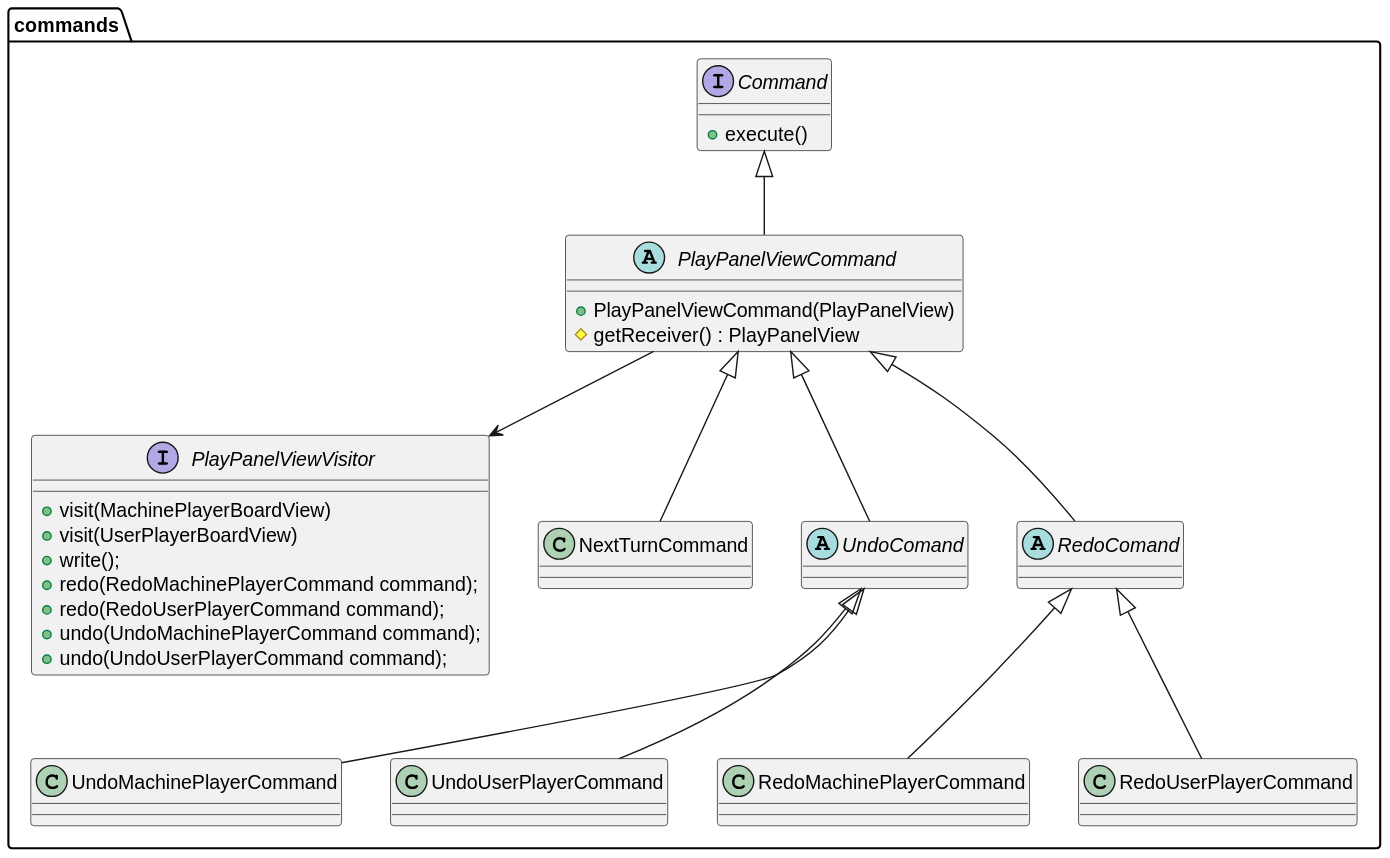
Earlier version of the PlantUML export out/connect4/Docs/diagrams/src/packages/connect4.connect4.views.graphics.play.commands/connect4.connect4.views.graphics.commands.svg (js-rom/connect4). The source it was exported from:
```plantuml
@startuml
interface commands.PlayPanelViewVisitor {
    +visit(MachinePlayerBoardView)
    +visit(UserPlayerBoardView)
    +write();
    +redo(RedoMachinePlayerCommand command);
    +redo(RedoUserPlayerCommand command);
    +undo(UndoMachinePlayerCommand command);
    +undo(UndoUserPlayerCommand command);
}

interface commands.Command {
    +execute()
}
abstract class commands.PlayPanelViewCommand {
    +PlayPanelViewCommand(PlayPanelView)
    #getReceiver() : PlayPanelView
}

class commands.NextTurnCommand
abstract class commands.UndoComand
abstract class commands.RedoComand
class commands.RedoMachinePlayerCommand {}
class commands.UndoMachinePlayerCommand {}
class commands.RedoUserPlayerCommand {}
class commands.UndoUserPlayerCommand {}

PlayPanelViewCommand --> PlayPanelViewVisitor
Command <|-- PlayPanelViewCommand
PlayPanelViewCommand <|-- NextTurnCommand
PlayPanelViewCommand <|-- UndoComand
PlayPanelViewCommand <|-- RedoComand
UndoComand <|-- UndoMachinePlayerCommand
UndoComand <|-- UndoUserPlayerCommand
RedoComand <|-- RedoMachinePlayerCommand
RedoComand <|-- RedoUserPlayerCommand
@enduml
```
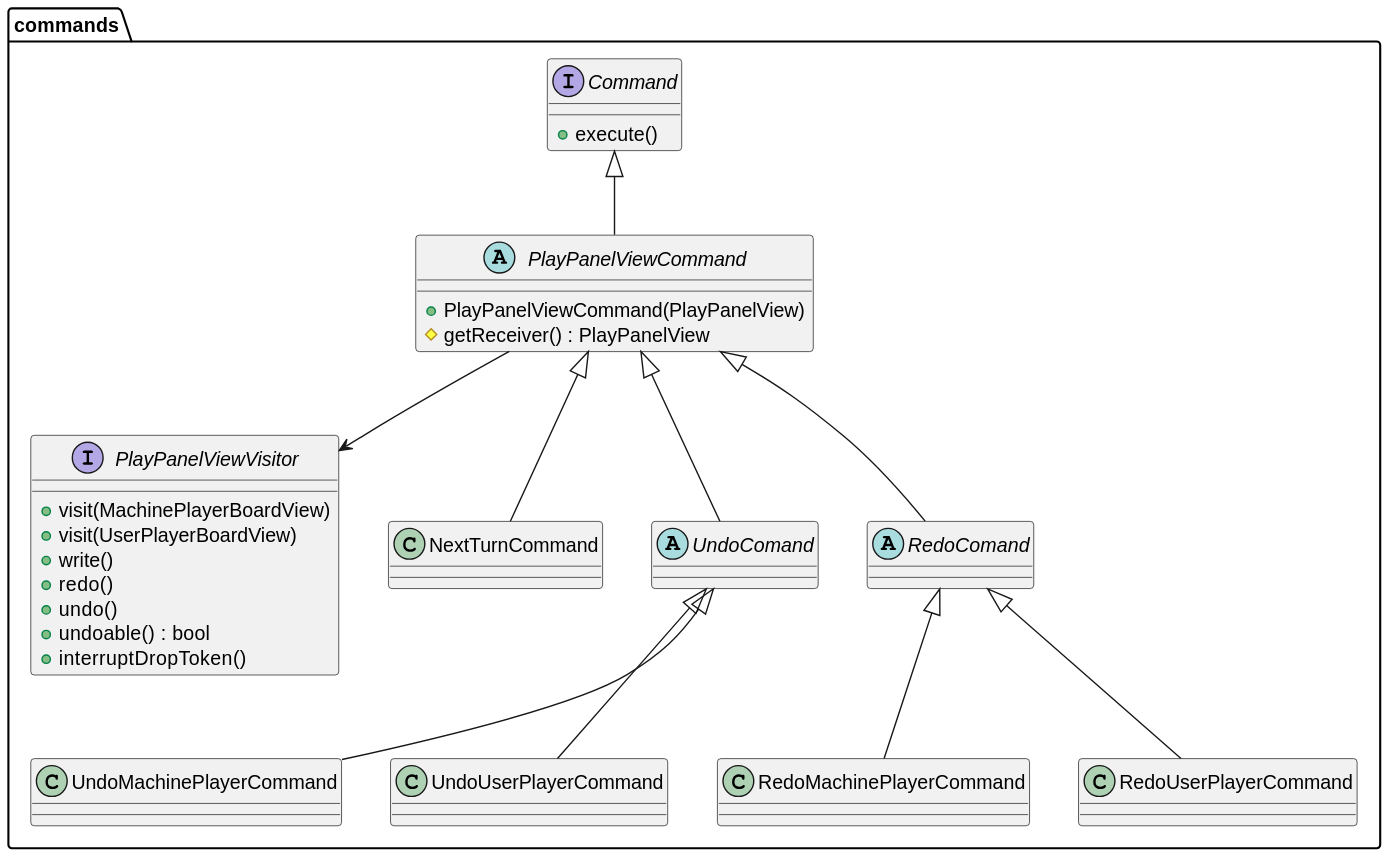
The same diagram one commit later.

Commit message:
refactor: reduce PlayPanelView dependencies #8

The edit, as a diff of the source:
```diff
@@ -2,11 +2,11 @@
 interface commands.PlayPanelViewVisitor {
     +visit(MachinePlayerBoardView)
     +visit(UserPlayerBoardView)
-    +write();
-    +redo(RedoMachinePlayerCommand command);
-    +redo(RedoUserPlayerCommand command);
-    +undo(UndoMachinePlayerCommand command);
-    +undo(UndoUserPlayerCommand command);
+    +write()
+    +redo()
+    +undo()
+    +undoable() : bool
+    +interruptDropToken()
 }
 
 interface commands.Command {
```
